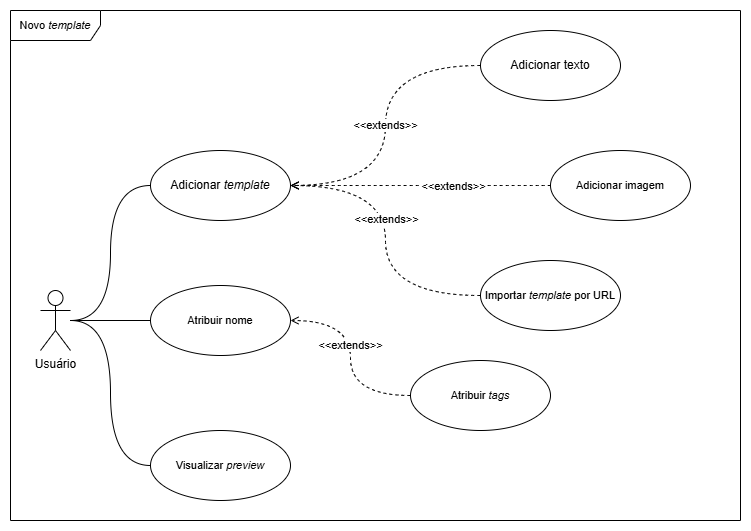
Above: assets/new-template.png in cristianprochnow/synk (draw.io), before the change. Source tidied: cells renumbered, new cells last; positions are measured from the earlier drawing's top-left corner, leaving out a move shared by most shapes.
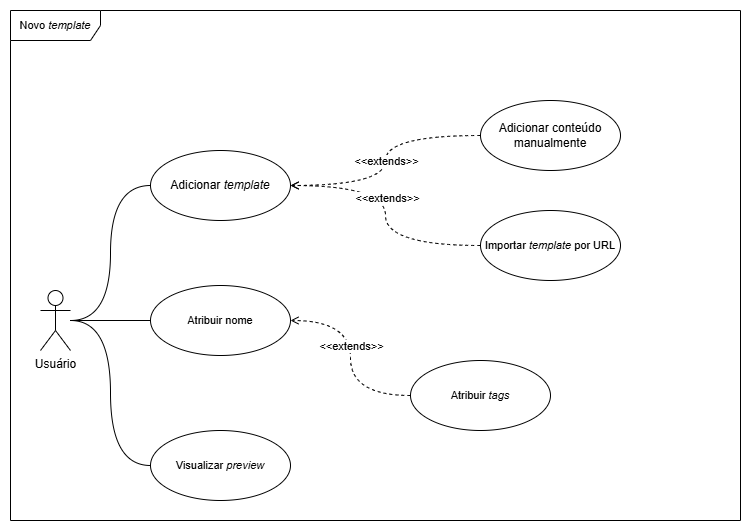
The same diagram one commit later.

Change to the diagram source:
```diff
@@ -23,18 +23,9 @@
     <mxCell id="8" value="&amp;lt;&amp;lt;extends&lt;span style=&quot;background-color: light-dark(#ffffff, var(--ge-dark-color, #121212)); color: light-dark(rgb(0, 0, 0), rgb(255, 255, 255));&quot;&gt;&amp;gt;&amp;gt;&lt;/span&gt;" style="edgeLabel;html=1;align=center;verticalAlign=middle;fontFamily=Helvetica;fontSize=11;fontColor=default;labelBackgroundColor=default;" parent="7" vertex="1">
       <mxGeometry relative="1" as="geometry" />
     </mxCell>
-    <mxCell id="9" value="Adicionar texto" style="ellipse;whiteSpace=wrap;html=1;" parent="1" vertex="1">
-      <mxGeometry x="470" y="20" width="140" height="70" as="geometry" />
+    <mxCell id="9" value="Adicionar conteúdo manualmente" style="ellipse;whiteSpace=wrap;html=1;" parent="1" vertex="1">
+      <mxGeometry x="470" y="90" width="140" height="70" as="geometry" />
     </mxCell>
-    <mxCell id="10" style="edgeStyle=orthogonalEdgeStyle;shape=connector;curved=1;rounded=0;jettySize=auto;html=1;entryX=1;entryY=0.5;entryDx=0;entryDy=0;strokeColor=default;align=center;verticalAlign=middle;fontFamily=Helvetica;fontSize=11;fontColor=default;labelBackgroundColor=default;endArrow=open;endFill=0;dashed=1;" parent="1" edge="1" source="12" target="6">
-      <mxGeometry relative="1" as="geometry" />
-    </mxCell>
-    <mxCell id="11" value="&amp;lt;&amp;lt;extends&amp;gt;&amp;gt;" style="edgeLabel;html=1;align=center;verticalAlign=middle;fontFamily=Helvetica;fontSize=11;fontColor=default;labelBackgroundColor=default;" parent="10" vertex="1">
-      <mxGeometry x="-0.25" y="1" relative="1" as="geometry" />
-    </mxCell>
-    <mxCell id="12" value="Adicionar imagem" style="ellipse;whiteSpace=wrap;html=1;fontFamily=Helvetica;fontSize=11;fontColor=default;labelBackgroundColor=default;" parent="1" vertex="1">
-      <mxGeometry x="540" y="140" width="140" height="70" as="geometry" />
-    </mxCell>
     <mxCell id="13" style="edgeStyle=orthogonalEdgeStyle;shape=connector;curved=1;rounded=0;jettySize=auto;html=1;entryX=1;entryY=0.5;entryDx=0;entryDy=0;strokeColor=default;align=center;verticalAlign=middle;fontFamily=Helvetica;fontSize=11;fontColor=default;labelBackgroundColor=default;endArrow=open;dashed=1;endFill=0;" parent="1" edge="1" source="15" target="6">
       <mxGeometry relative="1" as="geometry" />
     </mxCell>
@@ -44,7 +35,7 @@
       </mxGeometry>
     </mxCell>
     <mxCell id="15" value="Importar &lt;i&gt;template&lt;/i&gt; por URL" style="ellipse;whiteSpace=wrap;html=1;fontFamily=Helvetica;fontSize=11;fontColor=default;labelBackgroundColor=default;" parent="1" vertex="1">
-      <mxGeometry x="470" y="250" width="140" height="70" as="geometry" />
+      <mxGeometry x="470" y="200" width="140" height="70" as="geometry" />
     </mxCell>
     <mxCell id="16" value="Atribuir nome" style="ellipse;whiteSpace=wrap;html=1;fontFamily=Helvetica;fontSize=11;fontColor=default;labelBackgroundColor=default;" parent="1" vertex="1">
       <mxGeometry x="140" y="275" width="140" height="70" as="geometry" />
```
